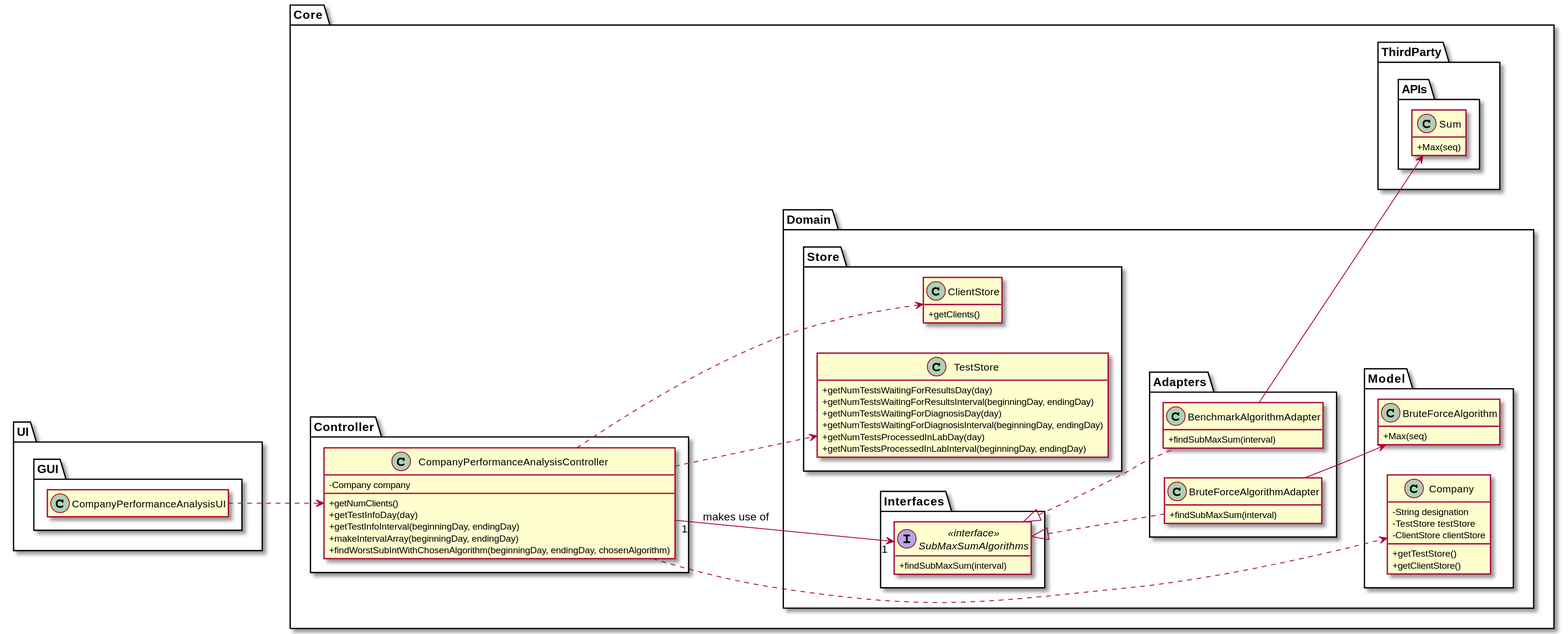
Above: docs/SprintD/US_16/US016_CD_WithPackages.svg in ana-albergaria/LAPR2-ISEP (PlantUML), before the change.
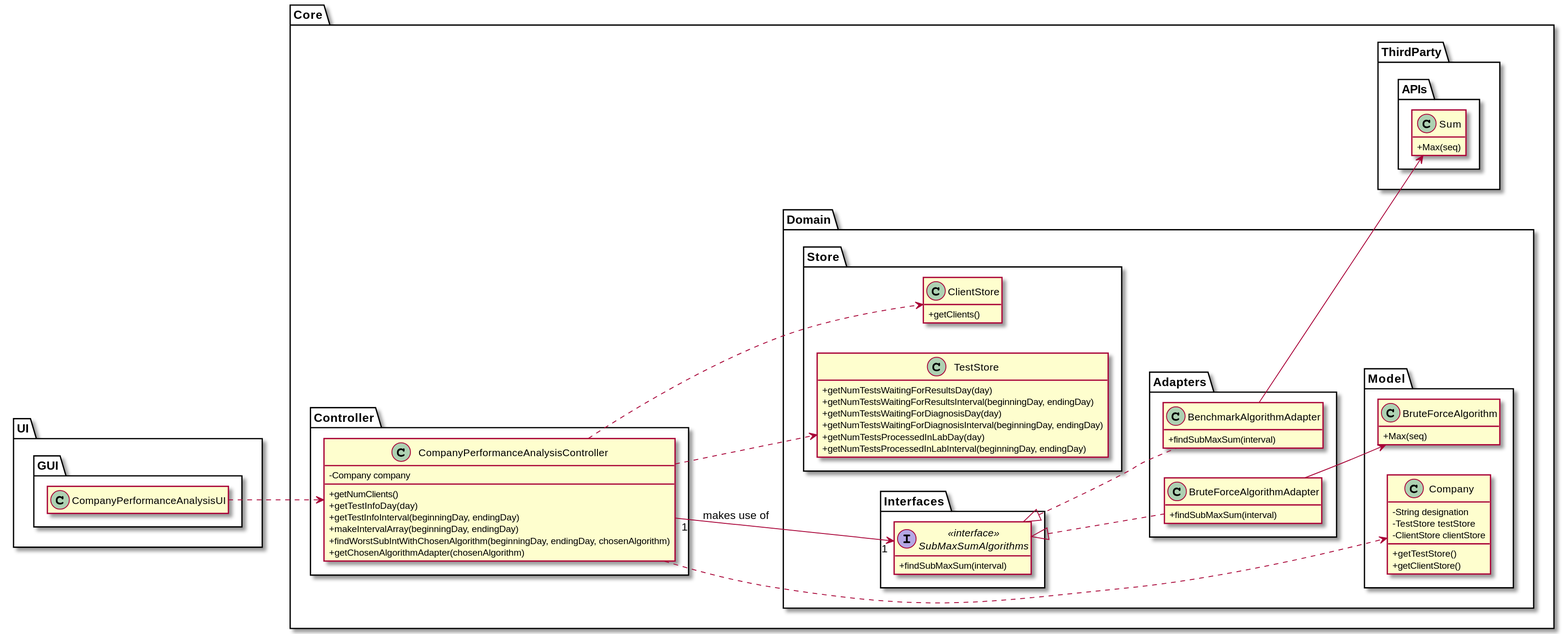
After the change.

Diff of the diagram source:
```diff
@@ -72,6 +72,7 @@
     +getTestInfoInterval(beginningDay, endingDay)
     +makeIntervalArray(beginningDay, endingDay)
     +findWorstSubIntWithChosenAlgorithm(beginningDay, endingDay, chosenAlgorithm)
+    +getChosenAlgorithmAdapter(chosenAlgorithm)
 }
 
 }
```
